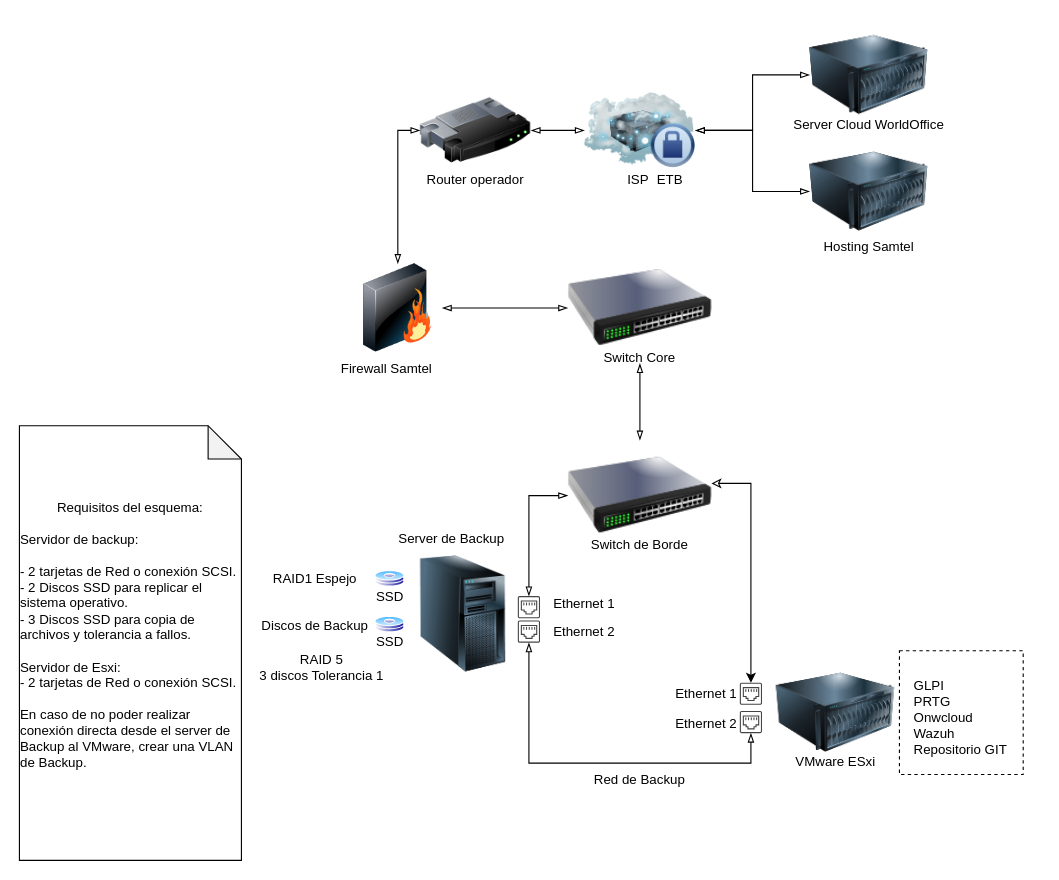
This is Diagrama sin título.drawio from CodeTechNews/Prototipo, a draw.io file, before an edit. Source tidied: cells renumbered, new cells numbered last; positions are measured from the earlier drawing's top-left corner, leaving out a move shared by most shapes. Both pictures are drawn from the tidied source at 111%, with x=0, y=0 at pixel (19, 19).
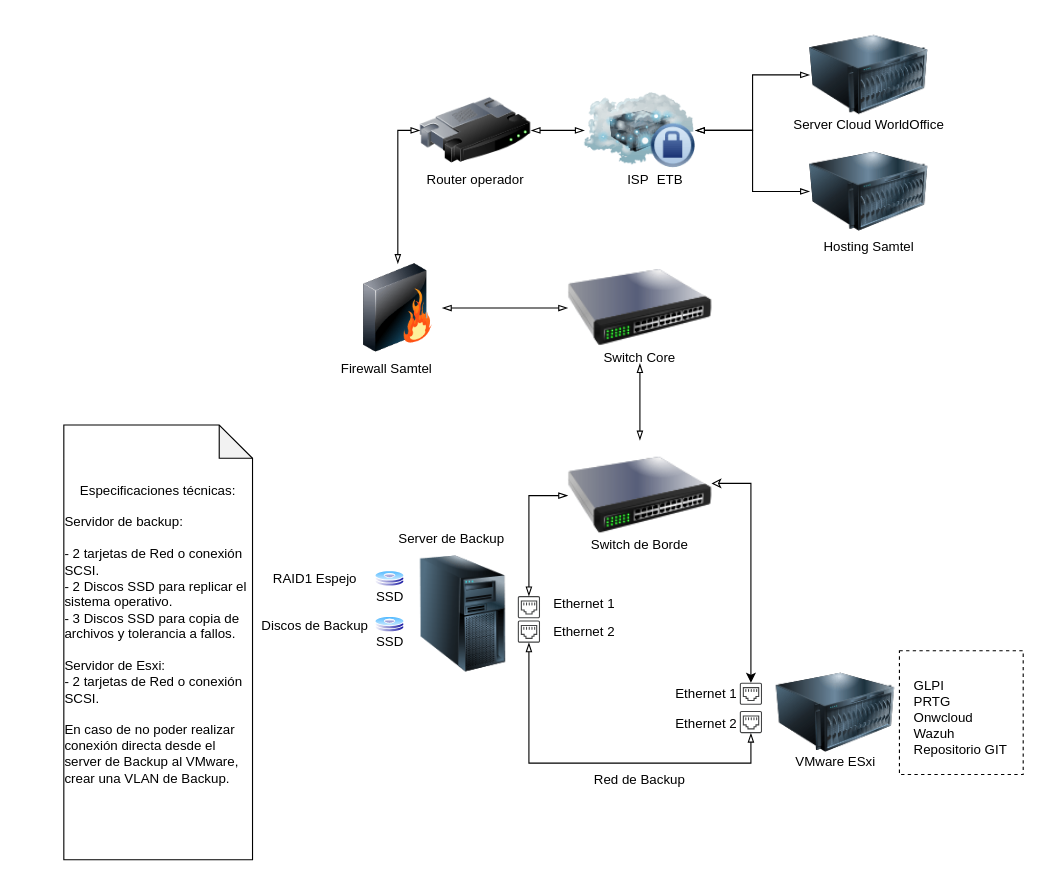
After the change.

Diff of the diagram source:
```diff
@@
-    <mxCell id="19" value="RAID 5&lt;div&gt;3 discos Tolerancia 1&lt;/div&gt;" style="text;html=1;align=center;verticalAlign=middle;whiteSpace=wrap;rounded=0;" parent="1" vertex="1">
-      <mxGeometry x="148.6" y="519" width="247.3" height="130" as="geometry" />
-    </mxCell>
@@
-    <mxCell id="47" value="Requisitos del esquema:&lt;div&gt;&lt;br&gt;&lt;/div&gt;&lt;div style=&quot;text-align: left;&quot;&gt;Servidor de backup:&lt;/div&gt;&lt;div style=&quot;text-align: left;&quot;&gt;&lt;br&gt;&lt;/div&gt;&lt;div style=&quot;text-align: left;&quot;&gt;- 2 tarjetas de Red o&amp;nbsp;conexión SCSI.&lt;/div&gt;&lt;div style=&quot;text-align: left;&quot;&gt;- 2 Discos SSD para replicar el sistema operativo.&lt;/div&gt;&lt;div style=&quot;text-align: left;&quot;&gt;- 3 Discos SSD para copia de archivos y tolerancia a fallos.&lt;/div&gt;&lt;div style=&quot;text-align: left;&quot;&gt;&lt;br&gt;&lt;/div&gt;&lt;div style=&quot;text-align: left;&quot;&gt;Servidor de Esxi:&lt;/div&gt;&lt;div style=&quot;text-align: left;&quot;&gt;- 2 tarjetas de Red o conexión SCSI.&lt;/div&gt;&lt;div style=&quot;text-align: left;&quot;&gt;&lt;span style=&quot;background-color: transparent; color: light-dark(rgb(0, 0, 0), rgb(255, 255, 255));&quot;&gt;&lt;br&gt;&lt;/span&gt;&lt;/div&gt;&lt;div style=&quot;text-align: left;&quot;&gt;&lt;span style=&quot;background-color: transparent; color: light-dark(rgb(0, 0, 0), rgb(255, 255, 255));&quot;&gt;En caso de no poder realizar conexión directa desde el server de Backup al VMware, crear una VLAN de Backup.&amp;nbsp;&amp;nbsp;&lt;/span&gt;&lt;/div&gt;&lt;div&gt;&lt;br&gt;&lt;/div&gt;" style="shape=note;whiteSpace=wrap;html=1;backgroundOutline=1;darkOpacity=0.05;" parent="1" vertex="1">
-      <mxGeometry y="366" width="200" height="391.6" as="geometry" />
+    <mxCell id="47" value="Especificaciones técnicas:&lt;div&gt;&lt;br&gt;&lt;/div&gt;&lt;div style=&quot;text-align: left;&quot;&gt;Servidor de backup:&lt;/div&gt;&lt;div style=&quot;text-align: left;&quot;&gt;&lt;br&gt;&lt;/div&gt;&lt;div style=&quot;text-align: left;&quot;&gt;- 2 tarjetas de Red o&amp;nbsp;conexión SCSI.&lt;/div&gt;&lt;div style=&quot;text-align: left;&quot;&gt;- 2 Discos SSD para replicar el sistema operativo.&lt;/div&gt;&lt;div style=&quot;text-align: left;&quot;&gt;- 3 Discos SSD para copia de archivos y tolerancia a fallos.&lt;/div&gt;&lt;div style=&quot;text-align: left;&quot;&gt;&lt;br&gt;&lt;/div&gt;&lt;div style=&quot;text-align: left;&quot;&gt;Servidor de Esxi:&lt;/div&gt;&lt;div style=&quot;text-align: left;&quot;&gt;- 2 tarjetas de Red o conexión SCSI.&lt;/div&gt;&lt;div style=&quot;text-align: left;&quot;&gt;&lt;span style=&quot;background-color: transparent; color: light-dark(rgb(0, 0, 0), rgb(255, 255, 255));&quot;&gt;&lt;br&gt;&lt;/span&gt;&lt;/div&gt;&lt;div style=&quot;text-align: left;&quot;&gt;&lt;span style=&quot;background-color: transparent; color: light-dark(rgb(0, 0, 0), rgb(255, 255, 255));&quot;&gt;En caso de no poder realizar conexión directa desde el server de Backup al VMware, crear una VLAN de Backup.&amp;nbsp;&amp;nbsp;&lt;/span&gt;&lt;/div&gt;&lt;div&gt;&lt;br&gt;&lt;/div&gt;" style="shape=note;whiteSpace=wrap;html=1;backgroundOutline=1;darkOpacity=0.05;" parent="1" vertex="1">
+      <mxGeometry x="40" y="365.4" width="170" height="391.6" as="geometry" />
     </mxCell>
```
